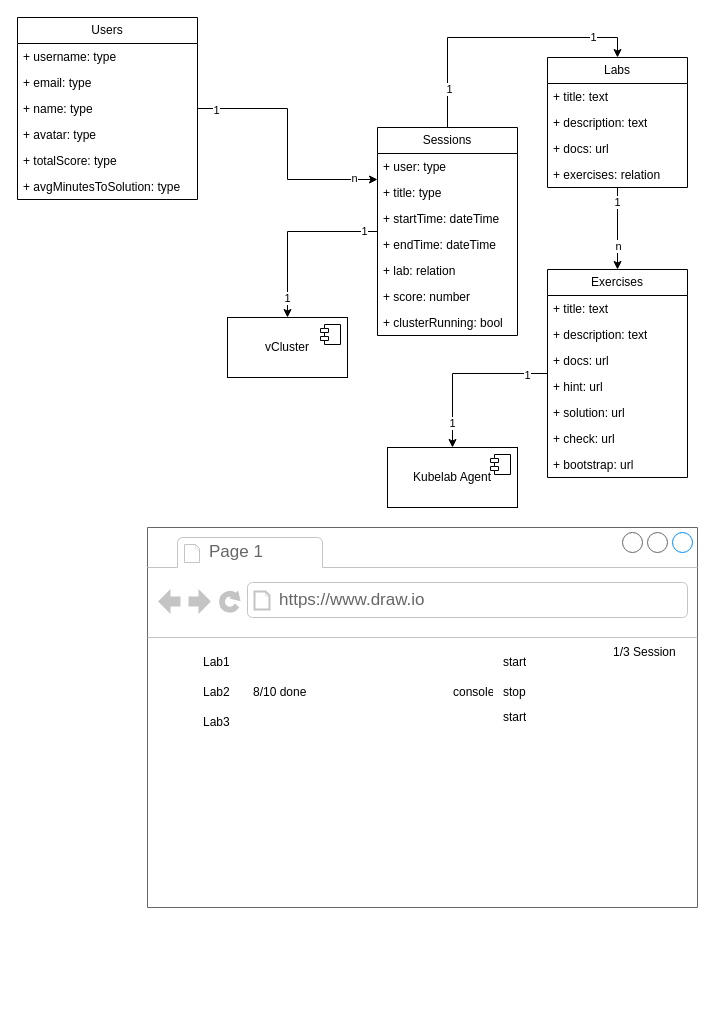
Above: assets/drawio/architecture.drawio in natrontech/kubelab (draw.io), before the change. Source tidied: cells renumbered, new cells numbered last; positions are measured from the earlier drawing's top-left corner, leaving out a move shared by most shapes. Both pictures are drawn from the tidied source at 100%, with x=0, y=0 at pixel (17, 17).
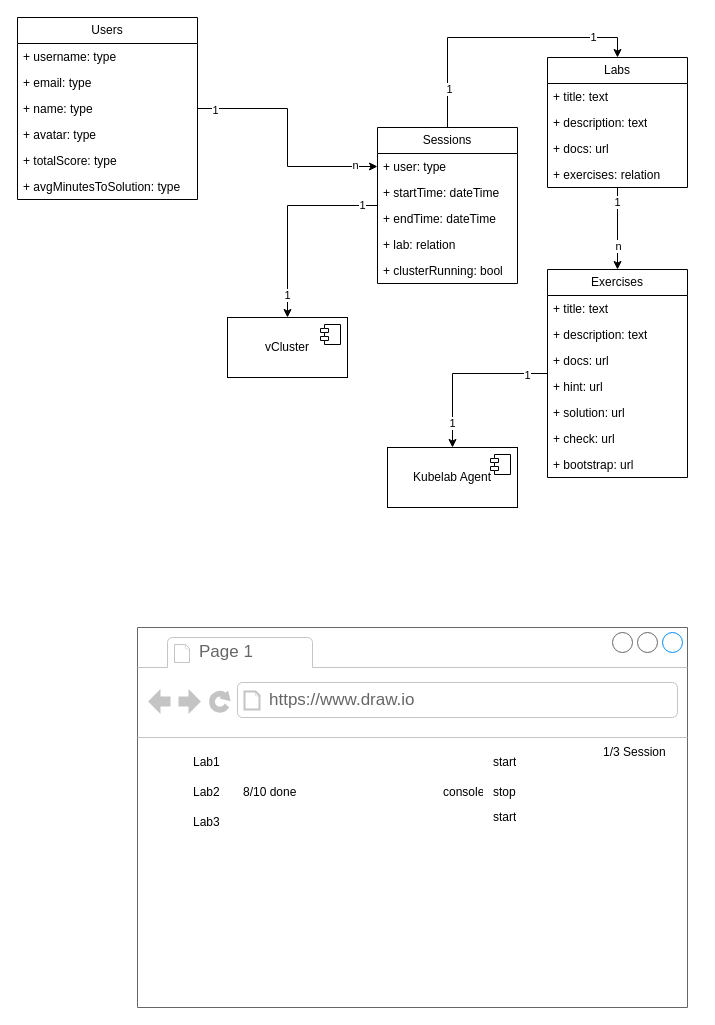
Above is the later version.

Diff of the diagram source:
```diff
@@
     <mxCell id="21" value="Sessions" style="swimlane;fontStyle=0;horizontal=1;startSize=26;fillColor=none;whiteSpace=wrap;html=1;" parent="1" vertex="1">
-      <mxGeometry x="360" y="110" width="140" height="208" as="geometry" />
+      <mxGeometry x="360" y="110" width="140" height="156" as="geometry" />
     </mxCell>
@@
-    <mxCell id="23" value="+ title: type" style="text;strokeColor=none;fillColor=none;align=left;verticalAlign=top;spacingLeft=4;spacingRight=4;overflow=hidden;whiteSpace=wrap;html=1;" parent="21" vertex="1">
-      <mxGeometry y="52" width="140" height="26" as="geometry" />
-    </mxCell>
     <mxCell id="24" value="+ startTime: dateTime" style="text;strokeColor=none;fillColor=none;align=left;verticalAlign=top;spacingLeft=4;spacingRight=4;overflow=hidden;whiteSpace=wrap;html=1;" parent="21" vertex="1">
-      <mxGeometry y="78" width="140" height="26" as="geometry" />
+      <mxGeometry y="52" width="140" height="26" as="geometry" />
     </mxCell>
     <mxCell id="25" value="+ endTime: dateTime" style="text;strokeColor=none;fillColor=none;align=left;verticalAlign=top;spacingLeft=4;spacingRight=4;overflow=hidden;whiteSpace=wrap;html=1;" parent="21" vertex="1">
-      <mxGeometry y="104" width="140" height="26" as="geometry" />
+      <mxGeometry y="78" width="140" height="26" as="geometry" />
     </mxCell>
     <mxCell id="26" value="+ lab: relation" style="text;strokeColor=none;fillColor=none;align=left;verticalAlign=top;spacingLeft=4;spacingRight=4;overflow=hidden;whiteSpace=wrap;html=1;" parent="21" vertex="1">
-      <mxGeometry y="130" width="140" height="26" as="geometry" />
+      <mxGeometry y="104" width="140" height="26" as="geometry" />
     </mxCell>
-    <mxCell id="27" value="+ score: number" style="text;strokeColor=none;fillColor=none;align=left;verticalAlign=top;spacingLeft=4;spacingRight=4;overflow=hidden;whiteSpace=wrap;html=1;" parent="21" vertex="1">
-      <mxGeometry y="156" width="140" height="26" as="geometry" />
-    </mxCell>
     <mxCell id="28" value="+ clusterRunning: bool" style="text;strokeColor=none;fillColor=none;align=left;verticalAlign=top;spacingLeft=4;spacingRight=4;overflow=hidden;whiteSpace=wrap;html=1;" parent="21" vertex="1">
-      <mxGeometry y="182" width="140" height="26" as="geometry" />
+      <mxGeometry y="130" width="140" height="26" as="geometry" />
     </mxCell>
@@
     <mxCell id="49" style="strokeWidth=1;shadow=0;dashed=0;align=center;html=1;shape=mxgraph.mockup.containers.browserWindow;rSize=0;strokeColor=#666666;strokeColor2=#008cff;strokeColor3=#c4c4c4;mainText=,;" parent="1" vertex="1">
-      <mxGeometry x="130" y="510" width="550" height="380" as="geometry" />
+      <mxGeometry x="120" y="610" width="550" height="380" as="geometry" />
     </mxCell>
```
